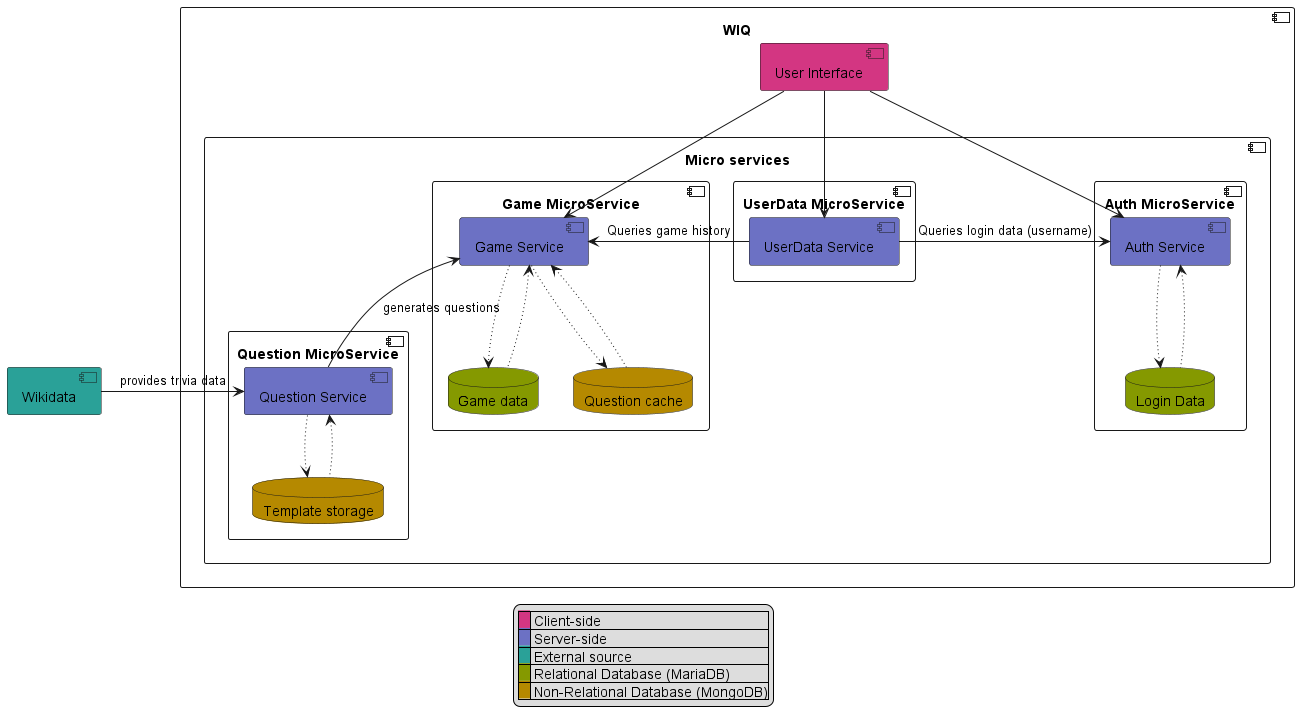
This is images/BlackBox Level 3.png from Arquisoft/wiq_es1c, a PlantUML export, as it was before one commit.
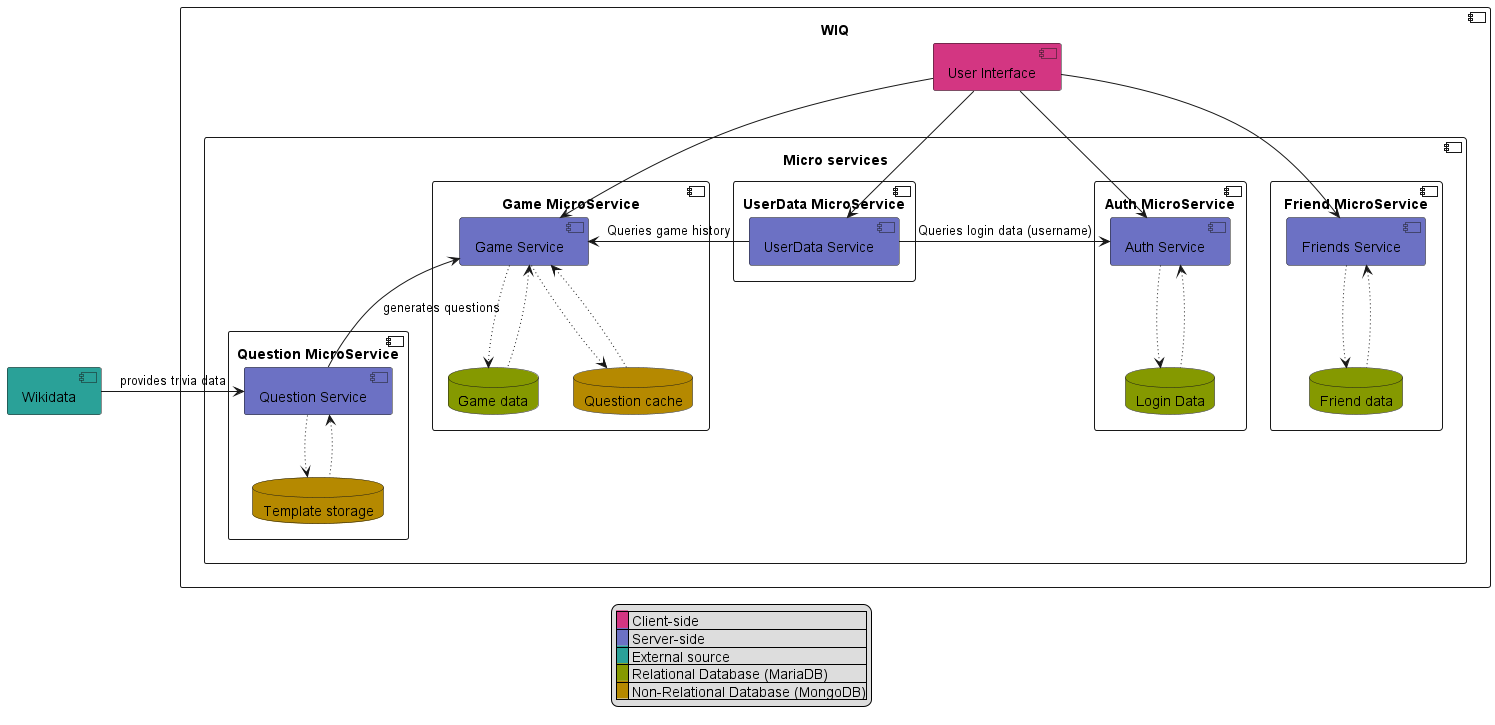
Above is the later version.

Change to the diagram source:
```diff
@@ -21,6 +21,11 @@
             Component questions as "Question Service" #6c71c4
             Database d6 as "Template storage" #b58900
         }
+        Component c5 as "Friend MicroService" {
+            Component friends as "Friends Service" #6c71c4
+            Database d7 as "Friend data" #859900
+        }
+
     }
 
     Component ui as "User Interface" #d33682
@@ -28,6 +33,7 @@
     ui -down-> auth
     ui -down-> game
     ui -down-> history
+    ui -down-> friends
 
     auth -[dotted]-> d1
     auth <-[dotted]- d1
@@ -37,6 +43,8 @@
     game <-[dotted]- d5
     questions -[dotted]-> d6
     questions <-[dotted]- d6
+    friends -[dotted]-> d7
+    friends <-[dotted]- d7
 }
 
 Component w as "Wikidata" #2aa198
```
